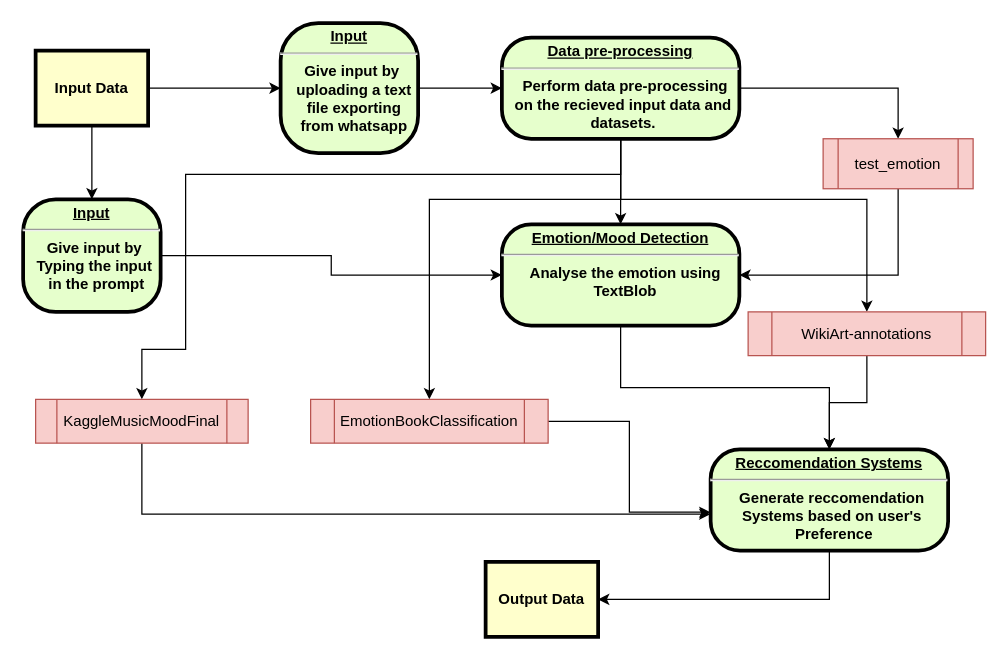
This is First Draft/DFD_level_1.drawio from saidhanush4422/Helium-3, a draw.io file, before an edit. Source tidied: cells renumbered, new cells numbered last; positions are measured from the earlier drawing's top-left corner, leaving out a move shared by most shapes. Both pictures are drawn from the tidied source at 125%, with x=0, y=0 at pixel (22, 22).
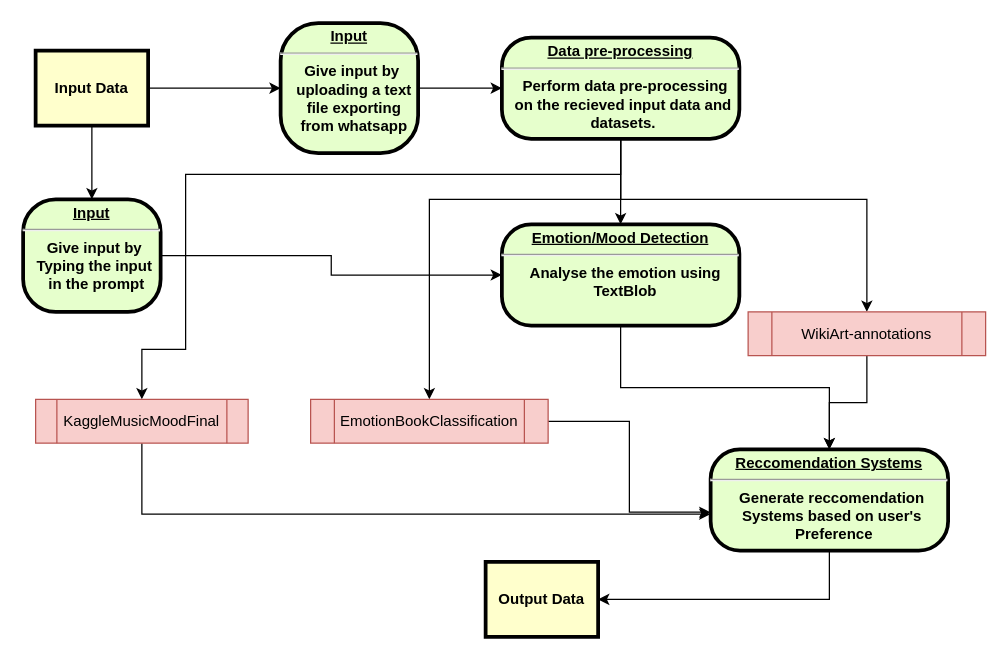
The same page after the edit.

Unchanged cells that the change refers to:
```xml
<mxCell id="12" value="&lt;p style=&quot;margin: 0px; margin-top: 4px; text-align: center; text-decoration: underline;&quot;&gt;&lt;strong&gt;Data pre-processing&lt;br&gt;&lt;/strong&gt;&lt;/p&gt;&lt;hr&gt;&lt;p style=&quot;margin: 0px; margin-left: 8px;&quot;&gt;Perform data pre-processing&lt;/p&gt;&lt;p style=&quot;margin: 0px; margin-left: 8px;&quot;&gt;on the recieved input data and&amp;nbsp;&lt;/p&gt;&lt;p style=&quot;margin: 0px; margin-left: 8px;&quot;&gt;datasets.&amp;nbsp;&lt;/p&gt;" style="verticalAlign=middle;align=center;overflow=fill;fontSize=12;fontFamily=Helvetica;html=1;rounded=1;fontStyle=1;strokeWidth=3;fillColor=#E6FFCC;arcSize=29;" parent="1" vertex="1">
  <mxGeometry x="383" y="11.5" width="190" height="81" as="geometry" />
</mxCell>
<mxCell id="14" value="&lt;p style=&quot;margin: 0px; margin-top: 4px; text-align: center; text-decoration: underline;&quot;&gt;&lt;strong&gt;Emotion/Mood Detection&lt;/strong&gt;&lt;/p&gt;&lt;hr&gt;&lt;p style=&quot;margin: 0px; margin-left: 8px;&quot;&gt;Analyse the emotion using&lt;/p&gt;&lt;p style=&quot;margin: 0px; margin-left: 8px;&quot;&gt;TextBlob&lt;/p&gt;" style="verticalAlign=middle;align=center;overflow=fill;fontSize=12;fontFamily=Helvetica;html=1;rounded=1;fontStyle=1;strokeWidth=3;fillColor=#E6FFCC;arcSize=29;" parent="1" vertex="1">
  <mxGeometry x="383" y="161" width="190" height="81" as="geometry" />
</mxCell>
```

Change to the diagram source:
```diff
@@
-    <mxCell id="8" style="edgeStyle=orthogonalEdgeStyle;rounded=0;jettySize=auto;html=1;exitX=1;exitY=0.5;exitDx=0;exitDy=0;entryX=0.5;entryY=0;entryDx=0;entryDy=0;" parent="1" edge="1" source="12" target="18">
-      <mxGeometry relative="1" as="geometry" />
-    </mxCell>
@@
-    <mxCell id="17" style="edgeStyle=orthogonalEdgeStyle;rounded=0;jettySize=auto;html=1;exitX=0.5;exitY=1;exitDx=0;exitDy=0;entryX=1;entryY=0.5;entryDx=0;entryDy=0;" parent="1" edge="1" source="18" target="14">
-      <mxGeometry relative="1" as="geometry" />
-    </mxCell>
-    <mxCell id="18" value="test_emotion" style="shape=process;whiteSpace=wrap;html=1;backgroundOutline=1;fillColor=#f8cecc;strokeColor=#b85450;" parent="1" vertex="1">
-      <mxGeometry x="640" y="92.5" width="120" height="40" as="geometry" />
-    </mxCell>
```
